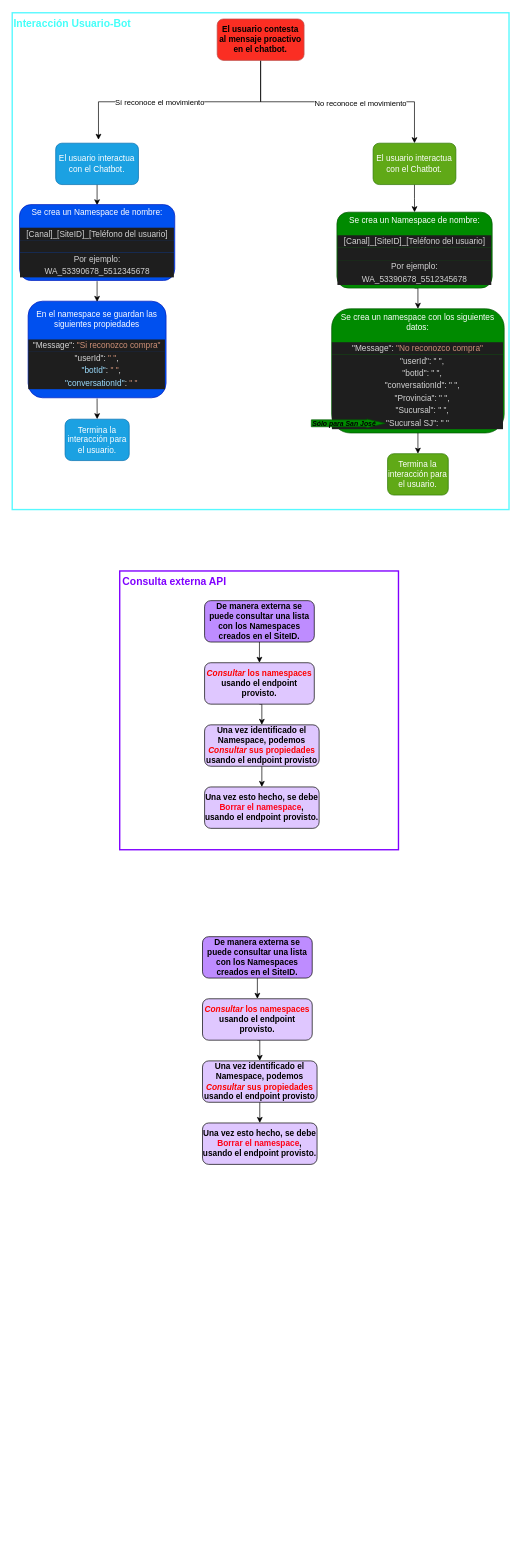
Earlier version of the draw.io diagram Endpoints.drawio (Darkahnott/DiagramasDRAWIO). Source tidied: cells renumbered, new cells numbered last; positions are measured from the earlier drawing's top-left corner, leaving out a move shared by most shapes. Both pictures are drawn from the tidied source at 69%, with x=0, y=0 at pixel (12, 12).
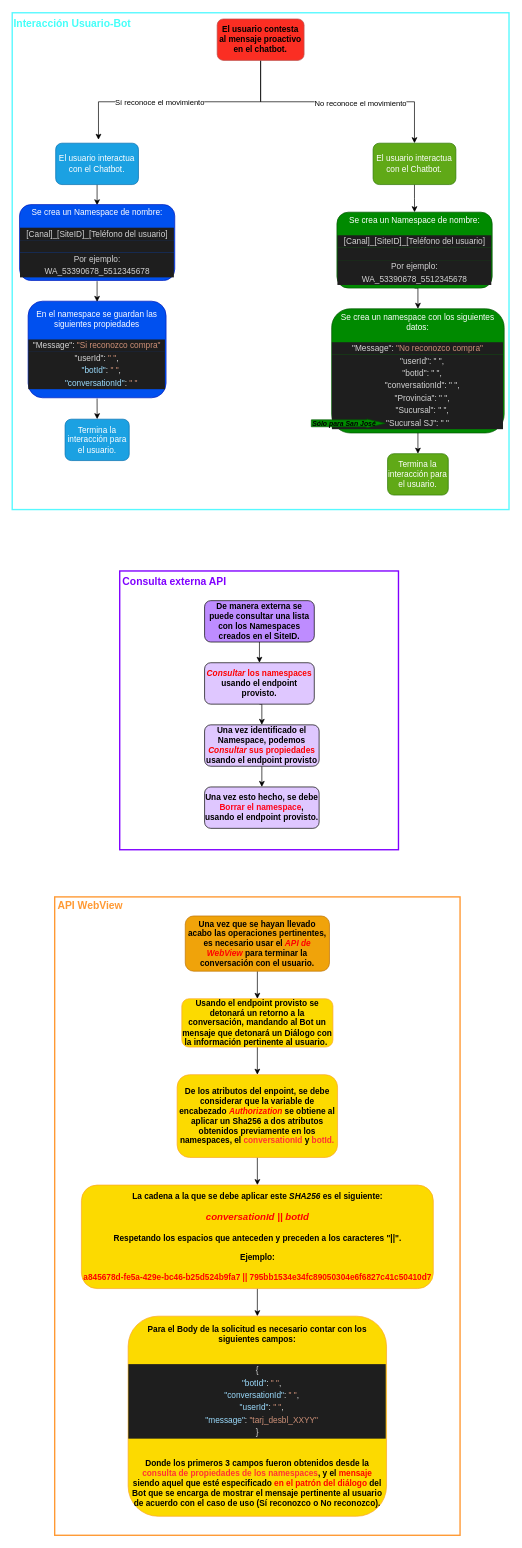
The same page after the edit.

The edit, as a diff of the source:
```diff
@@
-    <mxCell id="37" value="&lt;b&gt;De manera externa se puede consultar una lista con los Namespaces creados en el SiteID.&lt;/b&gt;" style="rounded=1;whiteSpace=wrap;html=1;fillColor=#BE8CFF;" parent="1" vertex="1">
-      <mxGeometry x="276" y="1339" width="159" height="60" as="geometry" />
+    <mxCell id="37" value="&lt;b&gt;Una vez que se hayan llevado acabo las operaciones pertinentes, es necesario usar el &lt;i&gt;&lt;font color=&quot;#ff0000&quot;&gt;API de WebView&lt;/font&gt; &lt;/i&gt;para terminar la conversación con el usuario.&lt;/b&gt;" style="rounded=1;whiteSpace=wrap;html=1;fillColor=#f0a30a;fontColor=#000000;strokeColor=#BD7000;" parent="1" vertex="1">
+      <mxGeometry x="251" y="1309" width="209" height="80" as="geometry" />
     </mxCell>
@@
-    <mxCell id="39" value="&lt;b style=&quot;&quot;&gt;&lt;font color=&quot;#ff0000&quot;&gt;&lt;i style=&quot;&quot;&gt;Consultar&lt;/i&gt; los namespaces&lt;/font&gt;&lt;font color=&quot;#000000&quot;&gt; usando el endpoint provisto.&lt;/font&gt;&lt;/b&gt;" style="rounded=1;whiteSpace=wrap;html=1;fillColor=#dfc7ff;" parent="1" vertex="1">
-      <mxGeometry x="276" y="1429" width="159" height="60" as="geometry" />
+    <mxCell id="39" value="&lt;b style=&quot;&quot;&gt;Usando el endpoint provisto se detonará un retorno a la conversación, mandando al Bot un mensaje que detonará un Diálogo con la información pertinente al usuario.&amp;nbsp;&lt;/b&gt;" style="rounded=1;whiteSpace=wrap;html=1;fillColor=#FCDA00;fontColor=#000000;strokeColor=#fda726;" parent="1" vertex="1">
+      <mxGeometry x="246" y="1429" width="219" height="70" as="geometry" />
     </mxCell>
@@
-    <mxCell id="41" value="&lt;b style=&quot;&quot;&gt;&lt;font color=&quot;#000000&quot;&gt;Una vez identificado el Namespace, podemos &lt;/font&gt;&lt;font color=&quot;#fc0000&quot;&gt;&lt;i style=&quot;&quot;&gt;Consultar &lt;/i&gt;sus propiedades&lt;/font&gt;&lt;font color=&quot;#000000&quot;&gt; usando el endpoint provisto&lt;/font&gt;&lt;/b&gt;" style="rounded=1;whiteSpace=wrap;html=1;fillColor=#dfc7ff;" parent="1" vertex="1">
-      <mxGeometry x="276" y="1519" width="166" height="60" as="geometry" />
+    <mxCell id="41" value="&lt;b&gt;De los atributos del enpoint, se debe considerar que la variable de encabezado&amp;nbsp;&lt;/b&gt;&lt;font style=&quot;font-weight: bold; font-style: italic;&quot; color=&quot;#ff0000&quot;&gt;Authorization &lt;/font&gt;&lt;font style=&quot;&quot;&gt;&lt;b&gt;se obtiene al aplicar un Sha256 a dos atributos obtenidos previamente en los namespaces, el &lt;font color=&quot;#ff3333&quot;&gt;conversationId &lt;/font&gt;y &lt;font color=&quot;#ff3333&quot;&gt;botId.&lt;/font&gt;&lt;/b&gt;&lt;/font&gt;" style="rounded=1;whiteSpace=wrap;html=1;fillColor=#FCDA00;strokeColor=#fda726;fontColor=#000000;" parent="1" vertex="1">
+      <mxGeometry x="239.2" y="1539" width="232.5" height="120" as="geometry" />
     </mxCell>
+    <mxCell id="43" style="edgeStyle=orthogonalEdgeStyle;rounded=0;jettySize=auto;html=1;exitX=0.5;exitY=1;exitDx=0;exitDy=0;entryX=0.5;entryY=0;entryDx=0;entryDy=0;" parent="1" edge="1" source="42" target="44">
+      <mxGeometry relative="1" as="geometry" />
+    </mxCell>
-    <mxCell id="42" value="&lt;b style=&quot;&quot;&gt;&lt;font color=&quot;#000000&quot;&gt;Una vez esto hecho, se debe &lt;/font&gt;&lt;font color=&quot;#ff0019&quot;&gt;Borrar el namespace&lt;/font&gt;&lt;font color=&quot;#000000&quot;&gt;, usando el endpoint provisto.&lt;/font&gt;&lt;/b&gt;" style="rounded=1;whiteSpace=wrap;html=1;fillColor=#dfc7ff;" parent="1" vertex="1">
-      <mxGeometry x="276" y="1609" width="166" height="60" as="geometry" />
+    <mxCell id="42" value="&lt;b&gt;La cadena a la que se debe aplicar este &lt;i&gt;SHA256 &lt;/i&gt;es el siguiente:&lt;br&gt;&lt;br&gt;&lt;i&gt;&lt;font color=&quot;#ff0000&quot; style=&quot;font-size: 14px;&quot;&gt;conversationId || botId&lt;/font&gt;&lt;/i&gt;&lt;/b&gt;&lt;br&gt;&lt;br&gt;&lt;b&gt;Respetando los espacios que anteceden y preceden a los caracteres &quot;||&quot;.&lt;/b&gt;&lt;br&gt;&lt;br&gt;&lt;b&gt;Ejemplo:&lt;/b&gt;&lt;br&gt;&lt;br&gt;&lt;b&gt;&lt;font color=&quot;#ff0000&quot;&gt;a845678d-fe5a-429e-bc46-b25d524b9fa7 || 795bb1534e34fc89050304e6f6827c41c50410d7&lt;/font&gt;&lt;/b&gt;" style="rounded=1;whiteSpace=wrap;html=1;fillColor=#FCDA00;strokeColor=#fda726;fontColor=#000000;" parent="1" vertex="1">
+      <mxGeometry x="100.5" y="1699" width="510" height="150" as="geometry" />
     </mxCell>
+    <mxCell id="44" value="&lt;b&gt;Para el Body de la solicitud es necesario contar con los siguientes campos:&lt;br&gt;&lt;br&gt;&lt;br&gt;&lt;/b&gt;&lt;div style=&quot;color: rgb(212, 212, 212); background-color: rgb(30, 30, 30); line-height: 18px;&quot;&gt;&lt;div&gt;{&lt;/div&gt;&lt;div&gt;&amp;nbsp;&amp;nbsp;&amp;nbsp;&amp;nbsp;&lt;span style=&quot;color: #9cdcfe;&quot;&gt;&quot;botId&quot;&lt;/span&gt;&lt;span style=&quot;color: #dcdcdc;&quot;&gt;:&lt;/span&gt;&amp;nbsp;&lt;span style=&quot;color: #ce9178;&quot;&gt;&quot; &quot;&lt;/span&gt;&lt;span style=&quot;color: #dcdcdc;&quot;&gt;,&lt;/span&gt;&lt;/div&gt;&lt;div&gt;&amp;nbsp;&amp;nbsp;&amp;nbsp;&amp;nbsp;&lt;span style=&quot;color: #9cdcfe;&quot;&gt;&quot;conversationId&quot;&lt;/span&gt;&lt;span style=&quot;color: #dcdcdc;&quot;&gt;:&lt;/span&gt;&amp;nbsp;&lt;span style=&quot;color: #ce9178;&quot;&gt;&quot; &quot;&lt;/span&gt;&lt;span style=&quot;color: #dcdcdc;&quot;&gt;,&lt;/span&gt;&lt;/div&gt;&lt;div&gt;&amp;nbsp;&amp;nbsp;&amp;nbsp;&amp;nbsp;&lt;span style=&quot;color: #9cdcfe;&quot;&gt;&quot;userId&quot;&lt;/span&gt;&lt;span style=&quot;color: #dcdcdc;&quot;&gt;:&lt;/span&gt;&amp;nbsp;&lt;span style=&quot;color: #ce9178;&quot;&gt;&quot; &quot;&lt;/span&gt;&lt;span style=&quot;color: #dcdcdc;&quot;&gt;,&lt;/span&gt;&lt;/div&gt;&lt;div&gt;&amp;nbsp;&amp;nbsp;&amp;nbsp;&amp;nbsp;&lt;span style=&quot;color: #9cdcfe;&quot;&gt;&quot;message&quot;&lt;/span&gt;&lt;span style=&quot;color: #dcdcdc;&quot;&gt;:&lt;/span&gt;&amp;nbsp;&lt;span style=&quot;color: #ce9178;&quot;&gt;&quot;tarj_desbl_XXYY&quot;&lt;/span&gt;&lt;/div&gt;&lt;div&gt;&lt;span style=&quot;color: #dcdcdc;&quot;&gt;}&lt;/span&gt;&lt;/div&gt;&lt;/div&gt;&lt;b&gt;&lt;br&gt;&lt;br&gt;Donde los primeros 3 campos fueron obtenidos desde la &lt;font color=&quot;#ff3333&quot;&gt;consulta de propiedades de los namespaces&lt;/font&gt;, y el &lt;font color=&quot;#ff0000&quot;&gt;mensaje&lt;/font&gt; siendo aquel que esté especificado &lt;font color=&quot;#ff0000&quot;&gt;en el patrón del diálogo&lt;/font&gt; del Bot que se encarga de mostrar el mensaje pertinente al usuario de acuerdo con el caso de uso (Sí reconozco o No reconozco).&lt;br&gt;&lt;/b&gt;" style="rounded=1;whiteSpace=wrap;html=1;fillColor=#FCDA00;strokeColor=#fda726;fontColor=#000000;" parent="1" vertex="1">
+      <mxGeometry x="168.2" y="1889" width="374.5" height="290" as="geometry" />
+    </mxCell>
+    <mxCell id="45" style="rounded=0;whiteSpace=wrap;html=1;rotation=-90;fillColor=none;strokeColor=#FF9933;strokeWidth=2;" parent="1" vertex="1">
+      <mxGeometry x="-107.1" y="1450.2" width="925.2" height="587.5" as="geometry" />
+    </mxCell>
+    <mxCell id="46" value="&lt;b&gt;&lt;font color=&quot;#ff9933&quot; style=&quot;font-size: 15px;&quot;&gt;API WebView&lt;/font&gt;&lt;/b&gt;" style="text;html=1;strokeColor=none;fillColor=none;align=center;verticalAlign=middle;whiteSpace=wrap;rounded=0;" parent="1" vertex="1">
+      <mxGeometry x="35" y="1279" width="157" height="30" as="geometry" />
+    </mxCell>
```
